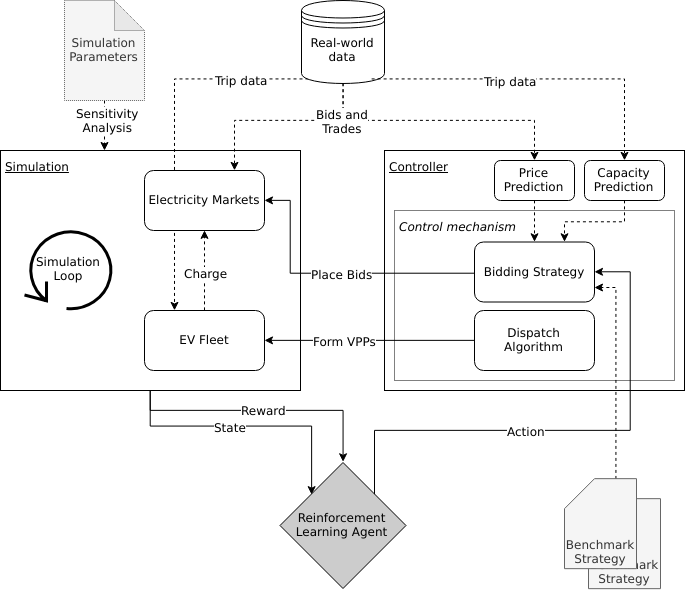
indyfree/ma-thesis keeps this draw.io diagram as fig/simulation_platform.png. Above is the earlier version. Source tidied: cells renumbered, new cells last; positions are measured from the earlier drawing's top-left corner, leaving out a move shared by most shapes.
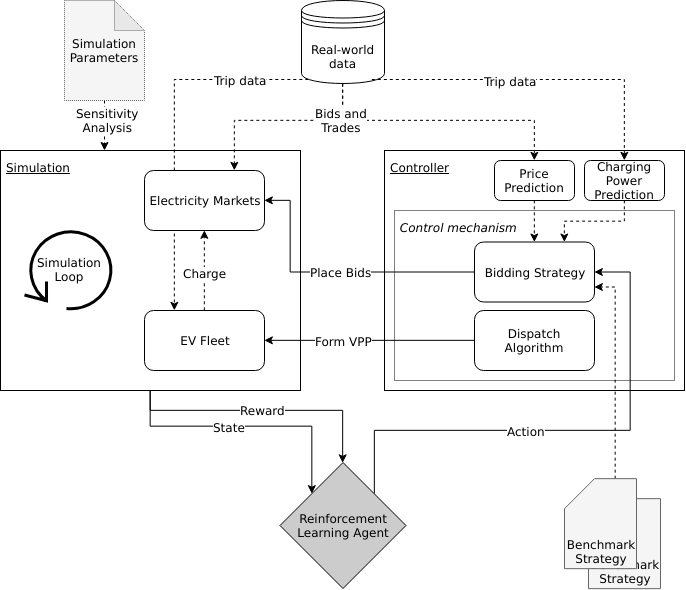
After the change.

Commit message:
[sec/model] Update figures

Change to the diagram source:
```diff
@@ -2,7 +2,7 @@
   <root>
     <mxCell id="0" />
     <mxCell id="1" parent="0" />
-    <mxCell id="2" style="edgeStyle=orthogonalEdgeStyle;rounded=0;jettySize=auto;html=1;entryX=0.5;entryY=0;entryDx=0;entryDy=0;dashed=1;exitX=0.5;exitY=1;exitDx=0;exitDy=0;" parent="1" edge="1" source="19" target="14">
+    <mxCell id="2" style="edgeStyle=orthogonalEdgeStyle;rounded=0;jettySize=auto;html=1;entryX=0.5;entryY=0;entryDx=0;entryDy=0;dashed=1;exitX=0.5;exitY=1;exitDx=0;exitDy=0;fontColor=#000000;" parent="1" edge="1" source="19" target="14">
       <mxGeometry relative="1" as="geometry">
         <Array as="points">
           <mxPoint x="343" y="120" />
@@ -10,53 +10,53 @@
         </Array>
       </mxGeometry>
     </mxCell>
-    <mxCell id="3" value="&lt;div style=&quot;text-align: left&quot;&gt;&lt;u&gt;Simulation&lt;/u&gt;&lt;/div&gt;" style="rounded=0;whiteSpace=wrap;html=1;align=left;verticalAlign=top;spacingTop=0;spacing=5;fillColor=none;" parent="1" vertex="1">
+    <mxCell id="3" value="&lt;div style=&quot;text-align: left&quot;&gt;&lt;u&gt;Simulation&lt;/u&gt;&lt;/div&gt;" style="rounded=0;whiteSpace=wrap;html=1;align=left;verticalAlign=top;spacingTop=0;spacing=5;fillColor=none;fontColor=#000000;" parent="1" vertex="1">
       <mxGeometry y="150" width="300" height="240" as="geometry" />
     </mxCell>
-    <mxCell id="4" style="edgeStyle=orthogonalEdgeStyle;rounded=0;jettySize=auto;html=1;entryX=0.25;entryY=0;entryDx=0;entryDy=0;dashed=1;exitX=0.15;exitY=0.95;exitDx=0;exitDy=0;exitPerimeter=0;" parent="1" edge="1" source="19" target="16">
+    <mxCell id="4" style="edgeStyle=orthogonalEdgeStyle;rounded=0;jettySize=auto;html=1;entryX=0.25;entryY=0;entryDx=0;entryDy=0;dashed=1;exitX=0.15;exitY=0.95;exitDx=0;exitDy=0;exitPerimeter=0;fontColor=#000000;" parent="1" edge="1" source="19" target="16">
       <mxGeometry relative="1" as="geometry" />
     </mxCell>
-    <mxCell id="5" value="Trip data" style="text;html=1;align=center;verticalAlign=middle;labelBackgroundColor=#ffffff;" parent="4" vertex="1">
+    <mxCell id="5" value="Trip data" style="text;html=1;align=center;verticalAlign=middle;labelBackgroundColor=#ffffff;fontColor=#000000;" parent="4" vertex="1">
       <mxGeometry x="-0.24" y="-3" relative="1" as="geometry">
         <mxPoint x="69" y="0.5" as="offset" />
       </mxGeometry>
     </mxCell>
-    <mxCell id="6" value="&lt;div style=&quot;text-align: left&quot;&gt;&lt;u&gt;Controller&lt;/u&gt;&lt;/div&gt;" style="rounded=0;whiteSpace=wrap;html=1;align=left;verticalAlign=top;spacingTop=0;spacing=5;fillColor=none;" parent="1" vertex="1">
+    <mxCell id="6" value="&lt;div style=&quot;text-align: left&quot;&gt;&lt;u&gt;Controller&lt;/u&gt;&lt;/div&gt;" style="rounded=0;whiteSpace=wrap;html=1;align=left;verticalAlign=top;spacingTop=0;spacing=5;fillColor=none;fontColor=#000000;" parent="1" vertex="1">
       <mxGeometry x="384" y="150" width="300" height="240" as="geometry" />
     </mxCell>
-    <mxCell id="7" value="Control mechanism" style="rounded=0;arcSize=10;strokeColor=#000000;fillColor=none;gradientColor=none;strokeWidth=1;align=left;dashed=1;dashPattern=1 1;fontStyle=2;verticalAlign=top;spacing=5;" parent="1" vertex="1">
+    <mxCell id="7" value="Control mechanism" style="rounded=0;arcSize=10;strokeColor=#000000;fillColor=none;gradientColor=none;strokeWidth=1;align=left;dashed=1;dashPattern=1 1;fontStyle=2;verticalAlign=top;spacing=5;fontColor=#000000;" parent="1" vertex="1">
       <mxGeometry x="394" y="210" width="280" height="170" as="geometry" />
     </mxCell>
-    <mxCell id="8" style="edgeStyle=orthogonalEdgeStyle;rounded=0;jettySize=auto;html=1;exitX=0.5;exitY=1;exitDx=0;exitDy=0;entryX=0;entryY=0;entryDx=0;entryDy=0;" parent="1" edge="1" source="3" target="40">
+    <mxCell id="8" style="edgeStyle=orthogonalEdgeStyle;rounded=0;jettySize=auto;html=1;exitX=0.5;exitY=1;exitDx=0;exitDy=0;entryX=0;entryY=0;entryDx=0;entryDy=0;fontColor=#000000;" parent="1" edge="1" source="3" target="40">
       <mxGeometry relative="1" as="geometry" />
     </mxCell>
-    <mxCell id="9" value="State" style="text;html=1;align=center;verticalAlign=middle;labelBackgroundColor=#ffffff;" parent="8" vertex="1">
+    <mxCell id="9" value="State" style="text;html=1;align=center;verticalAlign=middle;labelBackgroundColor=#ffffff;fontColor=#000000;" parent="8" vertex="1">
       <mxGeometry x="-0.19" y="4" relative="1" as="geometry">
         <mxPoint x="8" y="4.5" as="offset" />
       </mxGeometry>
     </mxCell>
-    <mxCell id="10" style="edgeStyle=orthogonalEdgeStyle;rounded=0;jettySize=auto;html=1;exitX=0;exitY=0;exitDx=51;exitDy=0;exitPerimeter=0;entryX=1;entryY=0.75;entryDx=0;entryDy=0;dashed=1;" parent="1" edge="1" source="12" target="28">
+    <mxCell id="10" style="edgeStyle=orthogonalEdgeStyle;rounded=0;jettySize=auto;html=1;exitX=0;exitY=0;exitDx=51;exitDy=0;exitPerimeter=0;entryX=1;entryY=0.75;entryDx=0;entryDy=0;dashed=1;fontColor=#000000;" parent="1" edge="1" source="12" target="28">
       <mxGeometry relative="1" as="geometry" />
     </mxCell>
-    <mxCell id="11" value="Benchmark&lt;br&gt;Strategy" style="shape=card;whiteSpace=wrap;html=1;fillColor=#f5f5f5;align=center;verticalAlign=bottom;strokeColor=#666666;fontColor=#333333;" parent="1" vertex="1">
+    <mxCell id="11" value="Benchmark&lt;br&gt;Strategy" style="shape=card;whiteSpace=wrap;html=1;fillColor=#f5f5f5;align=center;verticalAlign=bottom;strokeColor=#666666;fontColor=#000000;" parent="1" vertex="1">
       <mxGeometry x="588" y="498.2" width="72" height="90" as="geometry" />
     </mxCell>
-    <mxCell id="12" value="Benchmark&lt;br&gt;Strategy" style="shape=card;whiteSpace=wrap;html=1;fillColor=#f5f5f5;align=center;verticalAlign=bottom;strokeColor=#666666;fontColor=#333333;" parent="1" vertex="1">
+    <mxCell id="12" value="Benchmark&lt;br&gt;Strategy" style="shape=card;whiteSpace=wrap;html=1;fillColor=#f5f5f5;align=center;verticalAlign=bottom;strokeColor=#666666;fontColor=#000000;" parent="1" vertex="1">
       <mxGeometry x="564" y="478.2" width="72" height="90" as="geometry" />
     </mxCell>
-    <mxCell id="13" value="Capacity Prediction" style="rounded=1;whiteSpace=wrap;html=1;align=center;spacing=3;" parent="1" vertex="1">
+    <mxCell id="13" value="Charging Power Prediction" style="rounded=1;whiteSpace=wrap;html=1;align=center;spacing=3;fontColor=#000000;" parent="1" vertex="1">
       <mxGeometry x="584" y="160" width="80" height="40" as="geometry" />
     </mxCell>
-    <mxCell id="14" value="Price Prediction" style="rounded=1;whiteSpace=wrap;html=1;align=center;spacing=3;" parent="1" vertex="1">
+    <mxCell id="14" value="Price Prediction" style="rounded=1;whiteSpace=wrap;html=1;align=center;spacing=3;fontColor=#000000;" parent="1" vertex="1">
       <mxGeometry x="494" y="160" width="80" height="40" as="geometry" />
     </mxCell>
-    <mxCell id="15" value="Electricity Markets" style="rounded=1;whiteSpace=wrap;html=1;align=center;spacing=3;" parent="1" vertex="1">
+    <mxCell id="15" value="Electricity Markets" style="rounded=1;whiteSpace=wrap;html=1;align=center;spacing=3;fontColor=#000000;" parent="1" vertex="1">
       <mxGeometry x="144" y="170" width="120" height="60" as="geometry" />
     </mxCell>
-    <mxCell id="16" value="EV Fleet" style="rounded=1;whiteSpace=wrap;html=1;align=center;spacing=3;" parent="1" vertex="1">
+    <mxCell id="16" value="EV Fleet" style="rounded=1;whiteSpace=wrap;html=1;align=center;spacing=3;fontColor=#000000;" parent="1" vertex="1">
       <mxGeometry x="144" y="310" width="120" height="60" as="geometry" />
     </mxCell>
-    <mxCell id="17" style="edgeStyle=orthogonalEdgeStyle;rounded=0;jettySize=auto;html=1;dashed=1;exitX=0.5;exitY=1;exitDx=0;exitDy=0;entryX=0.75;entryY=0;entryDx=0;entryDy=0;" parent="1" edge="1" source="19" target="15">
+    <mxCell id="17" style="edgeStyle=orthogonalEdgeStyle;rounded=0;jettySize=auto;html=1;dashed=1;exitX=0.5;exitY=1;exitDx=0;exitDy=0;entryX=0.75;entryY=0;entryDx=0;entryDy=0;fontColor=#000000;" parent="1" edge="1" source="19" target="15">
       <mxGeometry relative="1" as="geometry">
         <Array as="points">
           <mxPoint x="343" y="120" />
@@ -64,21 +64,21 @@
         </Array>
       </mxGeometry>
     </mxCell>
-    <mxCell id="18" value="Bids and&lt;br&gt;Trades" style="text;html=1;align=center;verticalAlign=middle;labelBackgroundColor=#ffffff;" parent="17" vertex="1">
+    <mxCell id="18" value="Bids and&lt;br&gt;Trades" style="text;html=1;align=center;verticalAlign=middle;labelBackgroundColor=#ffffff;fontColor=#000000;" parent="17" vertex="1">
       <mxGeometry x="0.26" y="-1" relative="1" as="geometry">
         <mxPoint x="84.5" y="1" as="offset" />
       </mxGeometry>
     </mxCell>
-    <mxCell id="19" value="Real-world data" style="shape=datastore;whiteSpace=wrap;html=1;align=center;verticalAlign=middle;" parent="1" vertex="1">
+    <mxCell id="19" value="Real-world data" style="shape=datastore;whiteSpace=wrap;html=1;align=center;verticalAlign=middle;fontColor=#000000;" parent="1" vertex="1">
       <mxGeometry x="301" width="83" height="83" as="geometry" />
     </mxCell>
-    <mxCell id="20" value="Dispatch Algorithm" style="rounded=1;whiteSpace=wrap;html=1;align=center;spacing=3;" parent="1" vertex="1">
+    <mxCell id="20" value="Dispatch Algorithm" style="rounded=1;whiteSpace=wrap;html=1;align=center;spacing=3;fontColor=#000000;" parent="1" vertex="1">
       <mxGeometry x="474" y="310" width="120" height="60" as="geometry" />
     </mxCell>
     <mxCell id="21" value="Simulation&lt;br&gt;Loop&lt;br&gt;" style="shape=mxgraph.bpmn.loop;html=1;fontFamily=Helvetica;fontSize=12;fontColor=#000000;align=center;strokeColor=#000000;strokeWidth=3;fillColor=#F0F0F0;perimeterSpacing=0;" parent="1" vertex="1">
       <mxGeometry x="24" y="227" width="90" height="83" as="geometry" />
     </mxCell>
-    <mxCell id="22" style="edgeStyle=orthogonalEdgeStyle;rounded=0;jettySize=auto;html=1;exitX=0;exitY=0.5;exitDx=0;exitDy=0;entryX=1;entryY=0.5;entryDx=0;entryDy=0;" parent="1" edge="1" source="28" target="15">
+    <mxCell id="22" style="edgeStyle=orthogonalEdgeStyle;rounded=0;jettySize=auto;html=1;exitX=0;exitY=0.5;exitDx=0;exitDy=0;entryX=1;entryY=0.5;entryDx=0;entryDy=0;fontColor=#000000;" parent="1" edge="1" source="28" target="15">
       <mxGeometry relative="1" as="geometry">
         <Array as="points">
           <mxPoint x="290" y="272" />
@@ -86,52 +86,52 @@
         </Array>
       </mxGeometry>
     </mxCell>
-    <mxCell id="23" value="Place Bids" style="text;html=1;align=center;verticalAlign=middle;labelBackgroundColor=#ffffff;" parent="22" vertex="1">
+    <mxCell id="23" value="Place Bids" style="text;html=1;align=center;verticalAlign=middle;labelBackgroundColor=#ffffff;fontColor=#000000;" parent="22" vertex="1">
       <mxGeometry x="-0.19" y="4" relative="1" as="geometry">
         <mxPoint x="-20.5" y="-3.5" as="offset" />
       </mxGeometry>
     </mxCell>
-    <mxCell id="24" style="edgeStyle=orthogonalEdgeStyle;rounded=0;jettySize=auto;html=1;exitX=0;exitY=0.5;exitDx=0;exitDy=0;entryX=1;entryY=0.5;entryDx=0;entryDy=0;" parent="1" edge="1" source="20" target="16">
+    <mxCell id="24" style="edgeStyle=orthogonalEdgeStyle;rounded=0;jettySize=auto;html=1;exitX=0;exitY=0.5;exitDx=0;exitDy=0;entryX=1;entryY=0.5;entryDx=0;entryDy=0;fontColor=#000000;" parent="1" edge="1" source="20" target="16">
       <mxGeometry relative="1" as="geometry" />
     </mxCell>
-    <mxCell id="25" value="Form VPPs" style="text;html=1;align=center;verticalAlign=middle;labelBackgroundColor=#ffffff;" parent="24" vertex="1">
+    <mxCell id="25" value="Form VPP" style="text;html=1;align=center;verticalAlign=middle;labelBackgroundColor=#ffffff;fontColor=#000000;" parent="24" vertex="1">
       <mxGeometry x="-0.19" y="4" relative="1" as="geometry">
         <mxPoint x="-45.5" y="-3.5" as="offset" />
       </mxGeometry>
     </mxCell>
-    <mxCell id="26" style="edgeStyle=orthogonalEdgeStyle;rounded=0;jettySize=auto;html=1;exitX=0.5;exitY=0;exitDx=0;exitDy=0;entryX=0.5;entryY=1;entryDx=0;entryDy=0;dashed=1;" parent="1" edge="1" source="16" target="15">
+    <mxCell id="26" style="edgeStyle=orthogonalEdgeStyle;rounded=0;jettySize=auto;html=1;exitX=0.5;exitY=0;exitDx=0;exitDy=0;entryX=0.5;entryY=1;entryDx=0;entryDy=0;dashed=1;fontColor=#000000;" parent="1" edge="1" source="16" target="15">
       <mxGeometry relative="1" as="geometry" />
     </mxCell>
-    <mxCell id="27" value="Charge" style="text;html=1;align=center;verticalAlign=middle;labelBackgroundColor=#ffffff;" parent="26" vertex="1">
+    <mxCell id="27" value="Charge" style="text;html=1;align=center;verticalAlign=middle;labelBackgroundColor=#ffffff;fontColor=#000000;" parent="26" vertex="1">
       <mxGeometry x="-0.19" y="4" relative="1" as="geometry">
         <mxPoint x="4.5" y="-4.5" as="offset" />
       </mxGeometry>
     </mxCell>
-    <mxCell id="28" value="Bidding Strategy" style="rounded=1;whiteSpace=wrap;html=1;align=center;spacing=3;" parent="1" vertex="1">
+    <mxCell id="28" value="Bidding Strategy" style="rounded=1;whiteSpace=wrap;html=1;align=center;spacing=3;fontColor=#000000;" parent="1" vertex="1">
       <mxGeometry x="474" y="241.5" width="120" height="60" as="geometry" />
     </mxCell>
-    <mxCell id="29" style="edgeStyle=orthogonalEdgeStyle;rounded=0;jettySize=auto;html=1;exitX=0.5;exitY=1;exitDx=0;exitDy=0;entryX=0.5;entryY=0;entryDx=0;entryDy=0;dashed=1;" parent="1" edge="1" source="14" target="28">
+    <mxCell id="29" style="edgeStyle=orthogonalEdgeStyle;rounded=0;jettySize=auto;html=1;exitX=0.5;exitY=1;exitDx=0;exitDy=0;entryX=0.5;entryY=0;entryDx=0;entryDy=0;dashed=1;fontColor=#000000;" parent="1" edge="1" source="14" target="28">
       <mxGeometry relative="1" as="geometry" />
     </mxCell>
-    <mxCell id="30" style="edgeStyle=orthogonalEdgeStyle;rounded=0;jettySize=auto;html=1;exitX=0.5;exitY=1;exitDx=0;exitDy=0;entryX=0.75;entryY=0;entryDx=0;entryDy=0;dashed=1;" parent="1" edge="1" source="13" target="28">
+    <mxCell id="30" style="edgeStyle=orthogonalEdgeStyle;rounded=0;jettySize=auto;html=1;exitX=0.5;exitY=1;exitDx=0;exitDy=0;entryX=0.75;entryY=0;entryDx=0;entryDy=0;dashed=1;fontColor=#000000;" parent="1" edge="1" source="13" target="28">
       <mxGeometry relative="1" as="geometry" />
     </mxCell>
-    <mxCell id="31" style="edgeStyle=orthogonalEdgeStyle;rounded=0;jettySize=auto;html=1;dashed=1;" parent="1" edge="1" source="33" target="3">
+    <mxCell id="31" style="edgeStyle=orthogonalEdgeStyle;rounded=0;jettySize=auto;html=1;dashed=1;fontColor=#000000;" parent="1" edge="1" source="33" target="3">
       <mxGeometry relative="1" as="geometry">
         <Array as="points">
           <mxPoint x="100" y="70" />
         </Array>
       </mxGeometry>
     </mxCell>
-    <mxCell id="32" value="Sensitivity&lt;br&gt;Analysis" style="text;html=1;align=center;verticalAlign=middle;labelBackgroundColor=#ffffff;" parent="31" vertex="1">
+    <mxCell id="32" value="Sensitivity&lt;br&gt;Analysis" style="text;html=1;align=center;verticalAlign=middle;labelBackgroundColor=#ffffff;fontColor=#000000;" parent="31" vertex="1">
       <mxGeometry x="-0.38" y="-21" relative="1" as="geometry">
         <mxPoint x="24" y="4" as="offset" />
       </mxGeometry>
     </mxCell>
-    <mxCell id="33" value="Simulation Parameters" style="shape=note;whiteSpace=wrap;html=1;backgroundOutline=1;darkOpacity=0.05;rounded=0;dashed=1;dashPattern=1 1;strokeWidth=1;fillColor=#f5f5f5;align=center;strokeColor=#666666;fontColor=#333333;" parent="1" vertex="1">
+    <mxCell id="33" value="Simulation Parameters" style="shape=note;whiteSpace=wrap;html=1;backgroundOutline=1;darkOpacity=0.05;rounded=0;dashed=1;dashPattern=1 1;strokeWidth=1;fillColor=#f5f5f5;align=center;strokeColor=#666666;fontColor=#000000;" parent="1" vertex="1">
       <mxGeometry x="64" width="80" height="100" as="geometry" />
     </mxCell>
-    <mxCell id="34" style="edgeStyle=orthogonalEdgeStyle;rounded=0;jettySize=auto;html=1;exitX=1;exitY=0;exitDx=0;exitDy=0;entryX=1;entryY=0.5;entryDx=0;entryDy=0;" parent="1" edge="1" source="40" target="28">
+    <mxCell id="34" style="edgeStyle=orthogonalEdgeStyle;rounded=0;jettySize=auto;html=1;exitX=1;exitY=0;exitDx=0;exitDy=0;entryX=1;entryY=0.5;entryDx=0;entryDy=0;fontColor=#000000;" parent="1" edge="1" source="40" target="28">
       <mxGeometry relative="1" as="geometry">
         <Array as="points">
           <mxPoint x="374" y="430" />
@@ -140,12 +140,12 @@
         </Array>
       </mxGeometry>
     </mxCell>
-    <mxCell id="35" value="Action" style="text;html=1;align=center;verticalAlign=middle;labelBackgroundColor=#ffffff;" parent="34" vertex="1">
+    <mxCell id="35" value="Action" style="text;html=1;align=center;verticalAlign=middle;labelBackgroundColor=#ffffff;fontColor=#000000;" parent="34" vertex="1">
       <mxGeometry x="-0.19" y="4" relative="1" as="geometry">
         <mxPoint x="8" y="4.5" as="offset" />
       </mxGeometry>
     </mxCell>
-    <mxCell id="36" style="edgeStyle=orthogonalEdgeStyle;rounded=0;jettySize=auto;html=1;exitX=0.5;exitY=1;exitDx=0;exitDy=0;entryX=0.5;entryY=0;entryDx=0;entryDy=0;" parent="1" edge="1" source="3" target="40">
+    <mxCell id="36" style="edgeStyle=orthogonalEdgeStyle;rounded=0;jettySize=auto;html=1;exitX=0.5;exitY=1;exitDx=0;exitDy=0;entryX=0.5;entryY=0;entryDx=0;entryDy=0;fontColor=#000000;" parent="1" edge="1" source="3" target="40">
       <mxGeometry relative="1" as="geometry">
         <Array as="points">
           <mxPoint x="150" y="410" />
@@ -153,20 +153,20 @@
         </Array>
       </mxGeometry>
     </mxCell>
-    <mxCell id="37" value="Reward" style="text;html=1;align=center;verticalAlign=middle;labelBackgroundColor=#ffffff;" parent="36" vertex="1">
+    <mxCell id="37" value="Reward" style="text;html=1;align=center;verticalAlign=middle;labelBackgroundColor=#ffffff;fontColor=#000000;" parent="36" vertex="1">
       <mxGeometry x="-0.19" y="4" relative="1" as="geometry">
         <mxPoint x="25.5" y="3.5" as="offset" />
       </mxGeometry>
     </mxCell>
-    <mxCell id="38" style="edgeStyle=orthogonalEdgeStyle;rounded=0;jettySize=auto;html=1;entryX=0.5;entryY=0;entryDx=0;entryDy=0;dashed=1;exitX=0.85;exitY=0.95;exitDx=0;exitDy=0;exitPerimeter=0;" parent="1" edge="1" source="19" target="13">
+    <mxCell id="38" style="edgeStyle=orthogonalEdgeStyle;rounded=0;jettySize=auto;html=1;entryX=0.5;entryY=0;entryDx=0;entryDy=0;dashed=1;exitX=0.85;exitY=0.95;exitDx=0;exitDy=0;exitPerimeter=0;fontColor=#000000;" parent="1" edge="1" source="19" target="13">
       <mxGeometry relative="1" as="geometry" />
     </mxCell>
-    <mxCell id="39" value="Trip data" style="text;html=1;align=center;verticalAlign=middle;labelBackgroundColor=#ffffff;" parent="38" vertex="1">
+    <mxCell id="39" value="Trip data" style="text;html=1;align=center;verticalAlign=middle;labelBackgroundColor=#ffffff;fontColor=#000000;" parent="38" vertex="1">
       <mxGeometry x="-0.24" y="-3" relative="1" as="geometry">
         <mxPoint x="12" y="-1.5" as="offset" />
       </mxGeometry>
     </mxCell>
-    <mxCell id="40" value="Reinforcement Learning Agent" style="rhombus;whiteSpace=wrap;html=1;fillColor=#CCCCCC;" parent="1" vertex="1">
+    <mxCell id="40" value="Reinforcement Learning Agent" style="rhombus;whiteSpace=wrap;html=1;fillColor=#CCCCCC;fontColor=#000000;" parent="1" vertex="1">
       <mxGeometry x="279.5" y="462" width="126" height="126" as="geometry" />
     </mxCell>
   </root>
```
